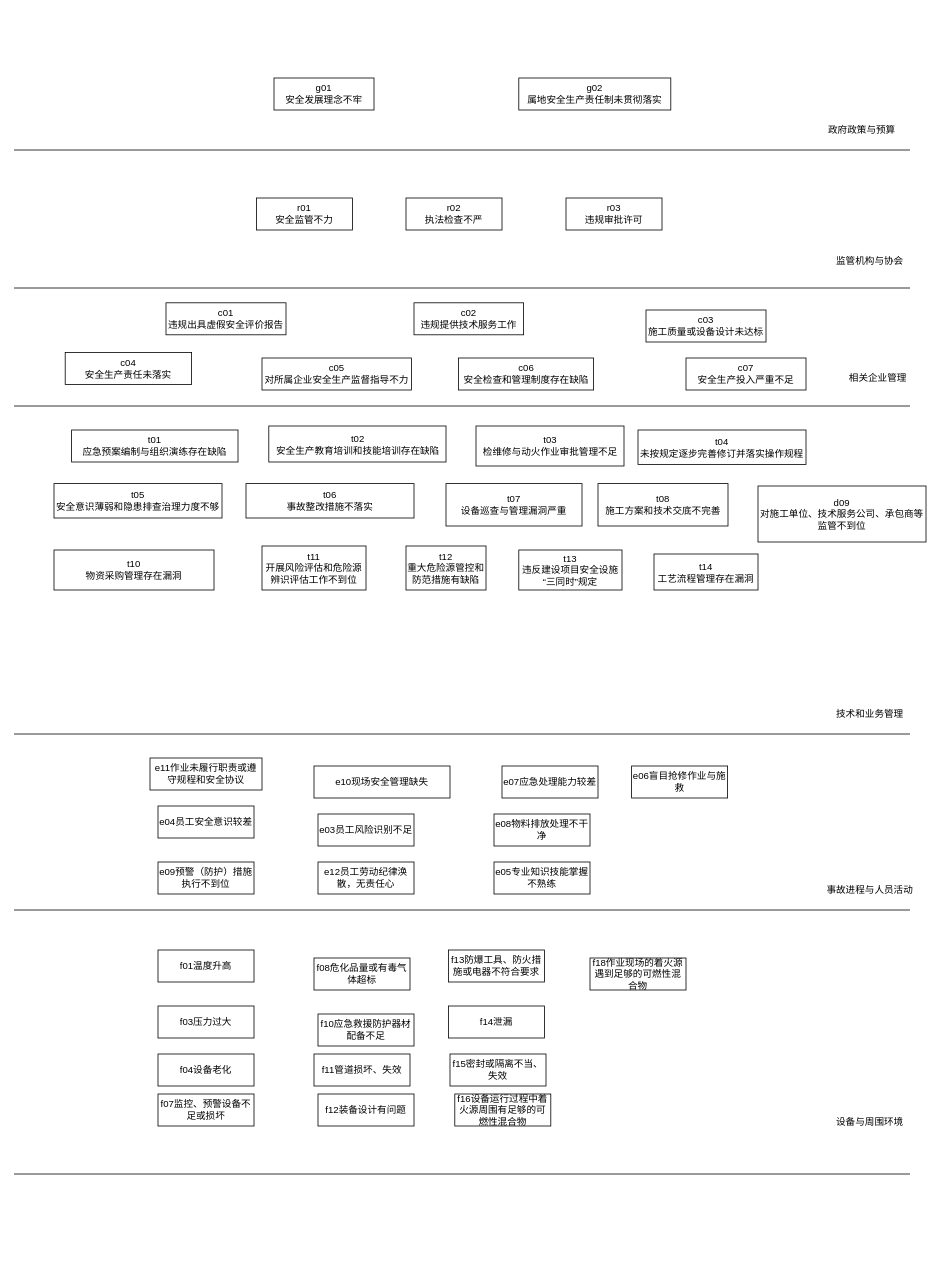
Above: 未命名绘图.drawio in fangjiarong/docs (draw.io), before the change. Source tidied: cells renumbered, new cells numbered last; positions are measured from the earlier drawing's top-left corner, leaving out a move shared by most shapes. Both pictures are drawn from the tidied source at 80%, with x=0, y=0 at pixel (14, 78).
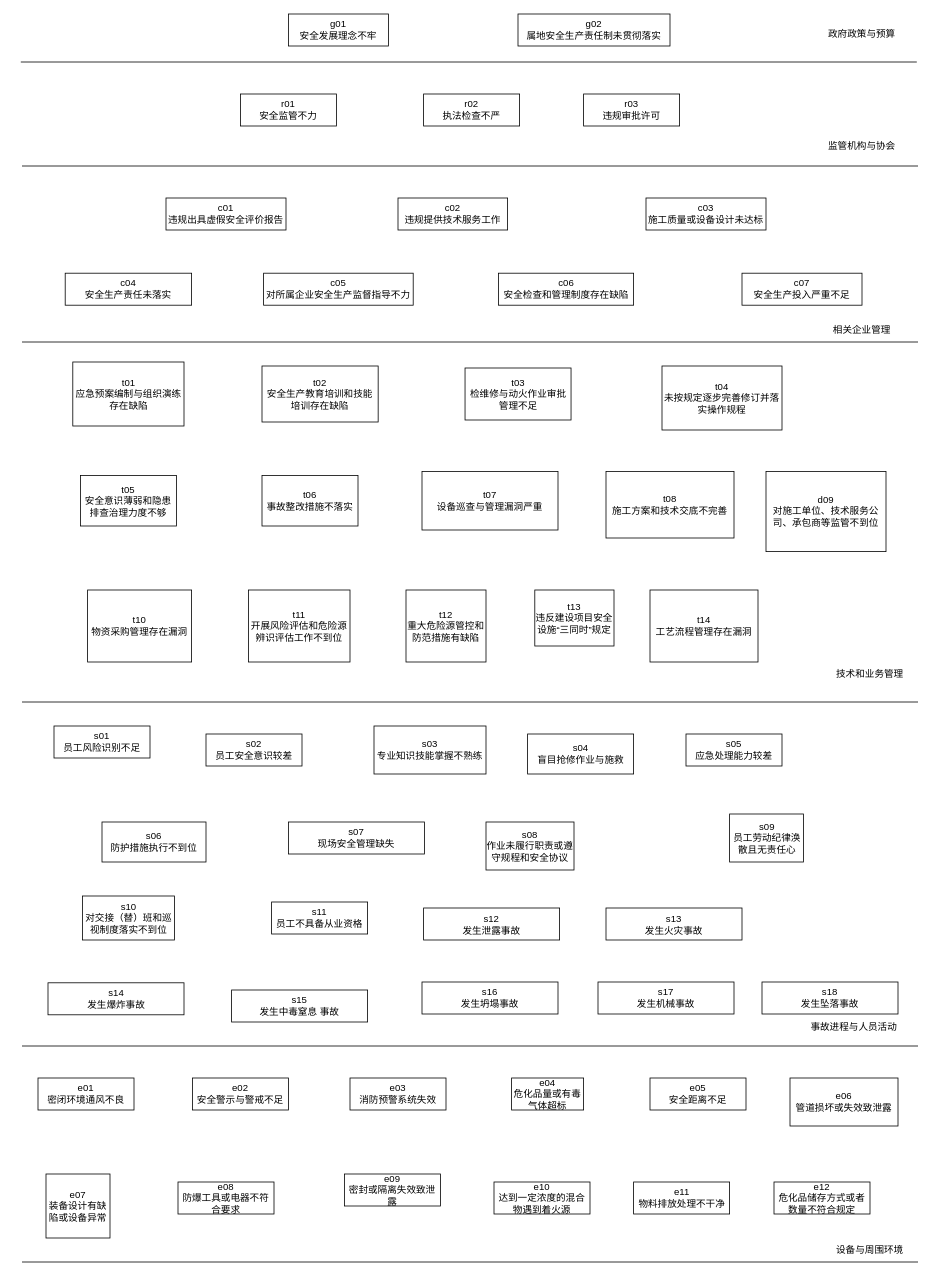
The same diagram, later.

Commit message (it also covers changes not shown here):
更新未命名绘图.drawio

The edit, as a diff of the source:
```diff
@@
     <mxCell id="2" style="endArrow=none;html=1;rounded=0;" parent="1" edge="1">
       <mxGeometry relative="1" as="geometry">
-        <mxPoint y="90" as="sourcePoint" />
-        <mxPoint x="1120" y="90" as="targetPoint" />
+        <mxPoint x="8.5" y="-20" as="sourcePoint" />
+        <mxPoint x="1128.5" y="-20" as="targetPoint" />
       </mxGeometry>
     </mxCell>
     <mxCell id="3" value="政府政策与预算" style="text;html=1;strokeColor=none;fillColor=none;align=center;verticalAlign=middle;whiteSpace=wrap;rounded=0;" parent="1" vertex="1">
-      <mxGeometry x="1010" y="50" width="100" height="30" as="geometry" />
+      <mxGeometry x="1010" y="-70" width="100" height="30" as="geometry" />
     </mxCell>
     <mxCell id="4" value="监管机构与协会" style="text;html=1;strokeColor=none;fillColor=none;align=center;verticalAlign=middle;whiteSpace=wrap;rounded=0;" parent="1" vertex="1">
-      <mxGeometry x="1020" y="214" width="100" height="30" as="geometry" />
+      <mxGeometry x="1010" y="70" width="100" height="30" as="geometry" />
     </mxCell>
     <mxCell id="5" value="相关企业管理" style="text;html=1;strokeColor=none;fillColor=none;align=center;verticalAlign=middle;whiteSpace=wrap;rounded=0;" parent="1" vertex="1">
-      <mxGeometry x="1030" y="360" width="100" height="30" as="geometry" />
+      <mxGeometry x="1010" y="300" width="100" height="30" as="geometry" />
     </mxCell>
     <mxCell id="6" value="技术和业务管理" style="text;html=1;strokeColor=none;fillColor=none;align=center;verticalAlign=middle;whiteSpace=wrap;rounded=0;" parent="1" vertex="1">
-      <mxGeometry x="1020" y="780" width="100" height="30" as="geometry" />
+      <mxGeometry x="1020" y="730" width="100" height="30" as="geometry" />
     </mxCell>
     <mxCell id="7" value="事故进程与人员活动" style="text;html=1;strokeColor=none;fillColor=none;align=center;verticalAlign=middle;whiteSpace=wrap;rounded=0;" parent="1" vertex="1">
-      <mxGeometry x="1010" y="1000" width="120" height="30" as="geometry" />
+      <mxGeometry x="990" y="1171" width="120" height="30" as="geometry" />
     </mxCell>
     <mxCell id="8" value="设备与周围环境" style="text;html=1;strokeColor=none;fillColor=none;align=center;verticalAlign=middle;whiteSpace=wrap;rounded=0;" parent="1" vertex="1">
-      <mxGeometry x="1020" y="1290" width="100" height="30" as="geometry" />
+      <mxGeometry x="1020" y="1450" width="100" height="30" as="geometry" />
     </mxCell>
     <mxCell id="9" value="g01&lt;br&gt;安全发展理念不牢" style="rounded=0;whiteSpace=wrap;html=1;" parent="1" vertex="1">
-      <mxGeometry x="325" width="125" height="40" as="geometry" />
+      <mxGeometry x="343" y="-80" width="125" height="40" as="geometry" />
     </mxCell>
     <mxCell id="10" value="r01&lt;br&gt;安全监管不力" style="rounded=0;whiteSpace=wrap;html=1;" parent="1" vertex="1">
-      <mxGeometry x="303" y="150" width="120" height="40" as="geometry" />
+      <mxGeometry x="283" y="20" width="120" height="40" as="geometry" />
     </mxCell>
     <mxCell id="11" value="r02&lt;br&gt;执法检查不严" style="rounded=0;whiteSpace=wrap;html=1;" parent="1" vertex="1">
-      <mxGeometry x="490" y="150" width="120" height="40" as="geometry" />
+      <mxGeometry x="512" y="20" width="120" height="40" as="geometry" />
     </mxCell>
     <mxCell id="12" value="c01&lt;br&gt;违规出具虚假安全评价报告" style="rounded=0;whiteSpace=wrap;html=1;" parent="1" vertex="1">
-      <mxGeometry x="190" y="281" width="150" height="40" as="geometry" />
+      <mxGeometry x="190" y="150" width="150" height="40" as="geometry" />
     </mxCell>
     <mxCell id="13" value="c02&lt;br&gt;违规提供技术服务工作" style="rounded=0;whiteSpace=wrap;html=1;" parent="1" vertex="1">
-      <mxGeometry x="500" y="281" width="137" height="40" as="geometry" />
+      <mxGeometry x="480" y="150" width="137" height="40" as="geometry" />
     </mxCell>
     <mxCell id="14" value="c04&lt;br&gt;安全生产责任未落实" style="rounded=0;whiteSpace=wrap;html=1;" parent="1" vertex="1">
-      <mxGeometry x="64" y="343" width="158" height="40" as="geometry" />
+      <mxGeometry x="64" y="244" width="158" height="40" as="geometry" />
     </mxCell>
     <mxCell id="15" value="t01&lt;br&gt;应急预案编制与组织演练存在缺陷" style="rounded=0;whiteSpace=wrap;html=1;" parent="1" vertex="1">
-      <mxGeometry x="72" y="440" width="208" height="40" as="geometry" />
+      <mxGeometry x="73.5" y="355" width="139" height="80" as="geometry" />
     </mxCell>
     <mxCell id="16" value="t02&lt;br&gt;安全生产教育培训和技能培训存在缺陷" style="rounded=0;whiteSpace=wrap;html=1;" parent="1" vertex="1">
-      <mxGeometry x="318.5" y="435" width="221.5" height="45" as="geometry" />
+      <mxGeometry x="310" y="360" width="145.2" height="70" as="geometry" />
     </mxCell>
     <mxCell id="17" value="t03&lt;br&gt;检维修与动火作业审批管理不足" style="rounded=0;whiteSpace=wrap;html=1;" parent="1" vertex="1">
-      <mxGeometry x="577.5" y="435" width="185" height="50" as="geometry" />
+      <mxGeometry x="563.8" y="362.5" width="132.5" height="65" as="geometry" />
     </mxCell>
     <mxCell id="18" value="t04&lt;br&gt;未按规定逐步完善修订并落实操作规程" style="rounded=0;whiteSpace=wrap;html=1;" parent="1" vertex="1">
-      <mxGeometry x="780" y="440" width="210" height="43" as="geometry" />
+      <mxGeometry x="810" y="360" width="150" height="80" as="geometry" />
     </mxCell>
     <mxCell id="19" value="t07&lt;br&gt;设备巡查与管理漏洞严重" style="rounded=0;whiteSpace=wrap;html=1;" parent="1" vertex="1">
-      <mxGeometry x="540" y="507" width="170" height="53" as="geometry" />
+      <mxGeometry x="510" y="492" width="170" height="73" as="geometry" />
     </mxCell>
     <mxCell id="20" value="t08&lt;br&gt;施工方案和技术交底不完善" style="rounded=0;whiteSpace=wrap;html=1;" parent="1" vertex="1">
-      <mxGeometry x="730" y="507" width="162.5" height="53" as="geometry" />
+      <mxGeometry x="740" y="492" width="160" height="83" as="geometry" />
     </mxCell>
     <mxCell id="21" value="d09&lt;br&gt;对施工单位、技术服务公司、承包商等监管不到位" style="rounded=0;whiteSpace=wrap;html=1;" parent="1" vertex="1">
-      <mxGeometry x="930" y="510" width="210" height="70" as="geometry" />
+      <mxGeometry x="940" y="492" width="150" height="100" as="geometry" />
     </mxCell>
     <mxCell id="22" value="t11&lt;br&gt;开展风险评估和危险源辨识评估工作不到位" style="rounded=0;whiteSpace=wrap;html=1;" parent="1" vertex="1">
-      <mxGeometry x="310" y="585" width="130" height="55" as="geometry" />
+      <mxGeometry x="293" y="640" width="127" height="90" as="geometry" />
     </mxCell>
     <mxCell id="23" value="t12&lt;br&gt;重大危险源管控和防范措施有缺陷" style="rounded=0;whiteSpace=wrap;html=1;" parent="1" vertex="1">
-      <mxGeometry x="490" y="585" width="100" height="55" as="geometry" />
+      <mxGeometry x="490" y="640" width="100" height="90" as="geometry" />
     </mxCell>
-    <mxCell id="24" value="e06盲目抢修作业与施救" style="rounded=0;whiteSpace=wrap;html=1;" parent="1" vertex="1">
-      <mxGeometry x="772" y="860" width="120" height="40" as="geometry" />
+    <mxCell id="24" value="s04&lt;br&gt;盲目抢修作业与施救" style="rounded=0;whiteSpace=wrap;html=1;" parent="1" vertex="1">
+      <mxGeometry x="642" y="820" width="132.5" height="50" as="geometry" />
     </mxCell>
-    <mxCell id="25" value="e11作业未履行职责或遵守规程和安全协议" style="rounded=0;whiteSpace=wrap;html=1;" parent="1" vertex="1">
-      <mxGeometry x="170" y="850" width="140" height="40" as="geometry" />
+    <mxCell id="25" value="s08&lt;br&gt;作业未履行职责或遵守规程和安全协议" style="rounded=0;whiteSpace=wrap;html=1;" parent="1" vertex="1">
+      <mxGeometry x="590" y="930" width="110" height="60" as="geometry" />
     </mxCell>
-    <mxCell id="26" value="e07应急处理能力较差" style="rounded=0;whiteSpace=wrap;html=1;" parent="1" vertex="1">
-      <mxGeometry x="610" y="860" width="120" height="40" as="geometry" />
+    <mxCell id="26" value="s05&lt;br&gt;应急处理能力较差" style="rounded=0;whiteSpace=wrap;html=1;" parent="1" vertex="1">
+      <mxGeometry x="840" y="820" width="120" height="40" as="geometry" />
     </mxCell>
-    <mxCell id="27" value="e03员工风险识别不足" style="rounded=0;whiteSpace=wrap;html=1;" parent="1" vertex="1">
-      <mxGeometry x="380" y="920" width="120" height="40" as="geometry" />
+    <mxCell id="27" value="s01&lt;br&gt;员工风险识别不足" style="rounded=0;whiteSpace=wrap;html=1;" parent="1" vertex="1">
+      <mxGeometry x="50" y="810" width="120" height="40" as="geometry" />
     </mxCell>
-    <mxCell id="28" value="e04员工安全意识较差" style="rounded=0;whiteSpace=wrap;html=1;" parent="1" vertex="1">
-      <mxGeometry x="180" y="910" width="120" height="40" as="geometry" />
+    <mxCell id="28" value="s02&lt;br&gt;员工安全意识较差" style="rounded=0;whiteSpace=wrap;html=1;" parent="1" vertex="1">
+      <mxGeometry x="240" y="820" width="120" height="40" as="geometry" />
     </mxCell>
-    <mxCell id="29" value="e12员工劳动纪律涣散，无责任心" style="rounded=0;whiteSpace=wrap;html=1;" parent="1" vertex="1">
-      <mxGeometry x="380" y="980" width="120" height="40" as="geometry" />
+    <mxCell id="29" value="s09&lt;br&gt;员工劳动纪律涣散且无责任心" style="rounded=0;whiteSpace=wrap;html=1;" parent="1" vertex="1">
+      <mxGeometry x="894.5" y="920" width="92.5" height="60" as="geometry" />
     </mxCell>
-    <mxCell id="30" value="e05专业知识技能掌握不熟练" style="rounded=0;whiteSpace=wrap;html=1;" parent="1" vertex="1">
-      <mxGeometry x="600" y="980" width="120" height="40" as="geometry" />
+    <mxCell id="30" value="s03&lt;br&gt;专业知识技能掌握不熟练" style="rounded=0;whiteSpace=wrap;html=1;" parent="1" vertex="1">
+      <mxGeometry x="450" y="810" width="140" height="60" as="geometry" />
     </mxCell>
-    <mxCell id="31" value="e10现场安全管理缺失" style="rounded=0;whiteSpace=wrap;html=1;" parent="1" vertex="1">
-      <mxGeometry x="375" y="860" width="170" height="40" as="geometry" />
+    <mxCell id="31" value="s07&lt;br&gt;现场安全管理缺失" style="rounded=0;whiteSpace=wrap;html=1;" parent="1" vertex="1">
+      <mxGeometry x="343" y="930" width="170" height="40" as="geometry" />
     </mxCell>
-    <mxCell id="32" value="f03压力过大" style="rounded=0;whiteSpace=wrap;html=1;" parent="1" vertex="1">
-      <mxGeometry x="180" y="1160" width="120" height="40" as="geometry" />
-    </mxCell>
     <mxCell id="33" value="c03&lt;br&gt;施工质量或设备设计未达标" style="rounded=0;whiteSpace=wrap;html=1;" parent="1" vertex="1">
-      <mxGeometry x="790" y="290" width="150" height="40" as="geometry" />
+      <mxGeometry x="790" y="150" width="150" height="40" as="geometry" />
     </mxCell>
     <mxCell id="34" value="c05&lt;br&gt;对所属企业安全生产监督指导不力" style="rounded=0;whiteSpace=wrap;html=1;" parent="1" vertex="1">
-      <mxGeometry x="310" y="350" width="187" height="40" as="geometry" />
+      <mxGeometry x="312" y="244" width="187" height="40" as="geometry" />
     </mxCell>
     <mxCell id="35" value="c06&lt;br&gt;安全检查和管理制度存在缺陷" style="rounded=0;whiteSpace=wrap;html=1;" parent="1" vertex="1">
-      <mxGeometry x="555.5" y="350" width="169" height="40" as="geometry" />
+      <mxGeometry x="605.5" y="244" width="169" height="40" as="geometry" />
     </mxCell>
     <mxCell id="36" value="t13&lt;br&gt;违反建设项目安全设施“三同时”规定" style="rounded=0;whiteSpace=wrap;html=1;" parent="1" vertex="1">
-      <mxGeometry x="631" y="590" width="129" height="50" as="geometry" />
+      <mxGeometry x="651" y="640" width="99" height="70" as="geometry" />
     </mxCell>
-    <mxCell id="37" value="e08物料排放处理不干净" style="rounded=0;whiteSpace=wrap;html=1;" parent="1" vertex="1">
-      <mxGeometry x="600" y="920" width="120" height="40" as="geometry" />
+    <mxCell id="37" value="s10&lt;br&gt;对交接（替）班和巡视制度落实不到位" style="rounded=0;whiteSpace=wrap;html=1;" parent="1" vertex="1">
+      <mxGeometry x="85.5" y="1022.5" width="115" height="55" as="geometry" />
     </mxCell>
-    <mxCell id="38" value="e09预警（防护）措施执行不到位" style="rounded=0;whiteSpace=wrap;html=1;" parent="1" vertex="1">
-      <mxGeometry x="180" y="980" width="120" height="40" as="geometry" />
+    <mxCell id="38" value="s06&lt;br&gt;防护措施执行不到位" style="rounded=0;whiteSpace=wrap;html=1;" parent="1" vertex="1">
+      <mxGeometry x="110" y="930" width="130" height="50" as="geometry" />
     </mxCell>
-    <mxCell id="39" value="f01温度升高" style="rounded=0;whiteSpace=wrap;html=1;" parent="1" vertex="1">
-      <mxGeometry x="180" y="1090" width="120" height="40" as="geometry" />
-    </mxCell>
-    <mxCell id="40" value="f04设备老化" style="rounded=0;whiteSpace=wrap;html=1;" parent="1" vertex="1">
-      <mxGeometry x="180" y="1220" width="120" height="40" as="geometry" />
+    <mxCell id="40" value="e01&lt;br&gt;密闭环境通风不良" style="rounded=0;whiteSpace=wrap;html=1;" parent="1" vertex="1">
+      <mxGeometry x="30" y="1250" width="120" height="40" as="geometry" />
     </mxCell>
-    <mxCell id="41" value="f07监控、预警设备不足或损坏" style="rounded=0;whiteSpace=wrap;html=1;" parent="1" vertex="1">
-      <mxGeometry x="180" y="1270" width="120" height="40" as="geometry" />
-    </mxCell>
-    <mxCell id="42" value="f08危化品量或有毒气体超标" style="rounded=0;whiteSpace=wrap;html=1;" parent="1" vertex="1">
-      <mxGeometry x="375" y="1100" width="120" height="40" as="geometry" />
-    </mxCell>
-    <mxCell id="43" value="f10应急救援防护器材配备不足" style="rounded=0;whiteSpace=wrap;html=1;" parent="1" vertex="1">
-      <mxGeometry x="380" y="1170" width="120" height="40" as="geometry" />
-    </mxCell>
-    <mxCell id="44" value="f11管道损坏、失效" style="rounded=0;whiteSpace=wrap;html=1;" parent="1" vertex="1">
-      <mxGeometry x="375" y="1220" width="120" height="40" as="geometry" />
-    </mxCell>
-    <mxCell id="45" value="f12装备设计有问题" style="rounded=0;whiteSpace=wrap;html=1;" parent="1" vertex="1">
-      <mxGeometry x="380" y="1270" width="120" height="40" as="geometry" />
-    </mxCell>
-    <mxCell id="46" value="f13防爆工具、防火措施或电器不符合要求" style="rounded=0;whiteSpace=wrap;html=1;" parent="1" vertex="1">
-      <mxGeometry x="543" y="1090" width="120" height="40" as="geometry" />
-    </mxCell>
-    <mxCell id="47" value="f14泄漏" style="rounded=0;whiteSpace=wrap;html=1;" parent="1" vertex="1">
-      <mxGeometry x="543" y="1160" width="120" height="40" as="geometry" />
-    </mxCell>
-    <mxCell id="48" value="f15密封或隔离不当、失效" style="rounded=0;whiteSpace=wrap;html=1;" parent="1" vertex="1">
-      <mxGeometry x="545" y="1220" width="120" height="40" as="geometry" />
-    </mxCell>
-    <mxCell id="49" value="f16设备运行过程中着火源周围有足够的可燃性混合物" style="rounded=0;whiteSpace=wrap;html=1;" parent="1" vertex="1">
-      <mxGeometry x="551" y="1270" width="120" height="40" as="geometry" />
-    </mxCell>
-    <mxCell id="50" value="f18作业现场的着火源遇到足够的可燃性混合物" style="rounded=0;whiteSpace=wrap;html=1;" parent="1" vertex="1">
-      <mxGeometry x="720" y="1100" width="120" height="40" as="geometry" />
-    </mxCell>
     <mxCell id="51" value="g02&lt;br&gt;属地安全生产责任制未贯彻落实" style="rounded=0;whiteSpace=wrap;html=1;" parent="1" vertex="1">
-      <mxGeometry x="631" width="190" height="40" as="geometry" />
+      <mxGeometry x="630" y="-80" width="190" height="40" as="geometry" />
     </mxCell>
     <mxCell id="52" value="r03&lt;br&gt;违规审批许可" style="rounded=0;whiteSpace=wrap;html=1;" parent="1" vertex="1">
-      <mxGeometry x="690" y="150" width="120" height="40" as="geometry" />
+      <mxGeometry x="712" y="20" width="120" height="40" as="geometry" />
     </mxCell>
     <mxCell id="53" value="c07&lt;br&gt;安全生产投入严重不足" style="rounded=0;whiteSpace=wrap;html=1;" parent="1" vertex="1">
-      <mxGeometry x="840" y="350" width="150" height="40" as="geometry" />
+      <mxGeometry x="910" y="244" width="150" height="40" as="geometry" />
     </mxCell>
     <mxCell id="54" style="endArrow=none;html=1;rounded=0;" parent="1" edge="1">
       <mxGeometry relative="1" as="geometry">
-        <mxPoint y="262.5" as="sourcePoint" />
-        <mxPoint x="1120" y="262.5" as="targetPoint" />
+        <mxPoint x="10" y="110" as="sourcePoint" />
+        <mxPoint x="1130" y="110" as="targetPoint" />
       </mxGeometry>
     </mxCell>
     <mxCell id="55" style="endArrow=none;html=1;rounded=0;" parent="1" edge="1">
       <mxGeometry relative="1" as="geometry">
-        <mxPoint y="410" as="sourcePoint" />
-        <mxPoint x="1120" y="410" as="targetPoint" />
+        <mxPoint x="10" y="330" as="sourcePoint" />
+        <mxPoint x="1130" y="330" as="targetPoint" />
       </mxGeometry>
     </mxCell>
     <mxCell id="56" style="endArrow=none;html=1;rounded=0;" parent="1" edge="1">
       <mxGeometry relative="1" as="geometry">
-        <mxPoint y="820" as="sourcePoint" />
-        <mxPoint x="1120" y="820" as="targetPoint" />
+        <mxPoint x="10" y="780" as="sourcePoint" />
+        <mxPoint x="1130" y="780" as="targetPoint" />
       </mxGeometry>
     </mxCell>
     <mxCell id="57" style="endArrow=none;html=1;rounded=0;" parent="1" edge="1">
       <mxGeometry relative="1" as="geometry">
-        <mxPoint y="1040" as="sourcePoint" />
-        <mxPoint x="1120" y="1040" as="targetPoint" />
+        <mxPoint x="10" y="1210" as="sourcePoint" />
+        <mxPoint x="1130" y="1210" as="targetPoint" />
       </mxGeometry>
     </mxCell>
     <mxCell id="58" style="endArrow=none;html=1;rounded=0;" parent="1" edge="1">
       <mxGeometry relative="1" as="geometry">
-        <mxPoint y="1370" as="sourcePoint" />
-        <mxPoint x="1120" y="1370" as="targetPoint" />
+        <mxPoint x="10" y="1480" as="sourcePoint" />
+        <mxPoint x="1130" y="1480" as="targetPoint" />
       </mxGeometry>
     </mxCell>
     <mxCell id="59" value="t05&lt;br&gt;安全意识薄弱和隐患排查治理力度不够" style="rounded=0;whiteSpace=wrap;html=1;" parent="1" vertex="1">
-      <mxGeometry x="50" y="507" width="210" height="43" as="geometry" />
+      <mxGeometry x="83" y="497" width="120" height="63" as="geometry" />
     </mxCell>
     <mxCell id="60" value="t06&lt;br&gt;事故整改措施不落实" style="rounded=0;whiteSpace=wrap;html=1;" parent="1" vertex="1">
-      <mxGeometry x="290" y="507" width="210" height="43" as="geometry" />
+      <mxGeometry x="310" y="497" width="120" height="63" as="geometry" />
     </mxCell>
     <mxCell id="61" value="t10&lt;br&gt;物资采购管理存在漏洞" style="rounded=0;whiteSpace=wrap;html=1;" parent="1" vertex="1">
-      <mxGeometry x="50" y="590" width="200" height="50" as="geometry" />
+      <mxGeometry x="92" y="640" width="130" height="90" as="geometry" />
     </mxCell>
     <mxCell id="62" value="t14&lt;br&gt;工艺流程管理存在漏洞" style="rounded=0;whiteSpace=wrap;html=1;" parent="1" vertex="1">
-      <mxGeometry x="800" y="595" width="130" height="45" as="geometry" />
+      <mxGeometry x="795" y="640" width="135" height="90" as="geometry" />
     </mxCell>
+    <mxCell id="63" value="s11&lt;br&gt;员工不具备从业资格" style="rounded=0;whiteSpace=wrap;html=1;" parent="1" vertex="1">
+      <mxGeometry x="322" y="1030" width="120" height="40" as="geometry" />
+    </mxCell>
+    <mxCell id="64" value="s12&lt;br&gt;发生泄露事故" style="rounded=0;whiteSpace=wrap;html=1;" parent="1" vertex="1">
+      <mxGeometry x="512" y="1037.5" width="170" height="40" as="geometry" />
+    </mxCell>
+    <mxCell id="65" value="s13&lt;br&gt;发生火灾事故" style="rounded=0;whiteSpace=wrap;html=1;" parent="1" vertex="1">
+      <mxGeometry x="740" y="1037.5" width="170" height="40" as="geometry" />
+    </mxCell>
+    <mxCell id="66" value="s14&lt;br&gt;发生爆炸事故" style="rounded=0;whiteSpace=wrap;html=1;" parent="1" vertex="1">
+      <mxGeometry x="42.5" y="1131" width="170" height="40" as="geometry" />
+    </mxCell>
+    <mxCell id="67" value="s15&lt;br&gt;发生中毒窒息 事故" style="rounded=0;whiteSpace=wrap;html=1;" parent="1" vertex="1">
+      <mxGeometry x="272" y="1140" width="170" height="40" as="geometry" />
+    </mxCell>
+    <mxCell id="68" value="s16&lt;br&gt;发生坍塌事故" style="rounded=0;whiteSpace=wrap;html=1;" parent="1" vertex="1">
+      <mxGeometry x="510" y="1130" width="170" height="40" as="geometry" />
+    </mxCell>
+    <mxCell id="69" value="s17&lt;br&gt;发生机械事故" style="rounded=0;whiteSpace=wrap;html=1;" parent="1" vertex="1">
+      <mxGeometry x="730" y="1130" width="170" height="40" as="geometry" />
+    </mxCell>
+    <mxCell id="70" value="s18&lt;br&gt;发生坠落事故" style="rounded=0;whiteSpace=wrap;html=1;" parent="1" vertex="1">
+      <mxGeometry x="935" y="1130" width="170" height="40" as="geometry" />
+    </mxCell>
+    <mxCell id="71" value="e09&lt;br&gt;密封或隔离失效致泄露" style="rounded=0;whiteSpace=wrap;html=1;" parent="1" vertex="1">
+      <mxGeometry x="413" y="1370" width="120" height="40" as="geometry" />
+    </mxCell>
+    <mxCell id="72" value="e07&lt;br&gt;装备设计有缺陷或设备异常" style="rounded=0;whiteSpace=wrap;html=1;" parent="1" vertex="1">
+      <mxGeometry x="40" y="1370" width="80" height="80" as="geometry" />
+    </mxCell>
+    <mxCell id="73" value="e08&lt;br&gt;防爆工具或电器不符合要求" style="rounded=0;whiteSpace=wrap;html=1;" parent="1" vertex="1">
+      <mxGeometry x="205" y="1380" width="120" height="40" as="geometry" />
+    </mxCell>
+    <mxCell id="74" value="e02&lt;br&gt;安全警示与警戒不足" style="rounded=0;whiteSpace=wrap;html=1;" parent="1" vertex="1">
+      <mxGeometry x="223" y="1250" width="120" height="40" as="geometry" />
+    </mxCell>
+    <mxCell id="75" value="e03&lt;br&gt;消防预警系统失效" style="rounded=0;whiteSpace=wrap;html=1;" parent="1" vertex="1">
+      <mxGeometry x="420" y="1250" width="120" height="40" as="geometry" />
+    </mxCell>
+    <mxCell id="76" value="e04&lt;br&gt;危化品量或有毒气体超标" style="rounded=0;whiteSpace=wrap;html=1;" parent="1" vertex="1">
+      <mxGeometry x="622" y="1250" width="90" height="40" as="geometry" />
+    </mxCell>
+    <mxCell id="77" value="e10&lt;br&gt;达到一定浓度的混合物遇到着火源" style="rounded=0;whiteSpace=wrap;html=1;" parent="1" vertex="1">
+      <mxGeometry x="600" y="1380" width="120" height="40" as="geometry" />
+    </mxCell>
+    <mxCell id="78" value="e05&lt;br&gt;安全距离不足" style="rounded=0;whiteSpace=wrap;html=1;" parent="1" vertex="1">
+      <mxGeometry x="795" y="1250" width="120" height="40" as="geometry" />
+    </mxCell>
+    <mxCell id="79" value="e11&lt;br&gt;物料排放处理不干净" style="rounded=0;whiteSpace=wrap;html=1;" parent="1" vertex="1">
+      <mxGeometry x="774.5" y="1380" width="120" height="40" as="geometry" />
+    </mxCell>
+    <mxCell id="80" value="e06&lt;br&gt;管道损坏或失效致泄露" style="rounded=0;whiteSpace=wrap;html=1;" parent="1" vertex="1">
+      <mxGeometry x="970" y="1250" width="135" height="60" as="geometry" />
+    </mxCell>
+    <mxCell id="81" value="e12&lt;br&gt;危化品储存方式或者数量不符合规定" style="rounded=0;whiteSpace=wrap;html=1;" parent="1" vertex="1">
+      <mxGeometry x="950" y="1380" width="120" height="40" as="geometry" />
+    </mxCell>
```
